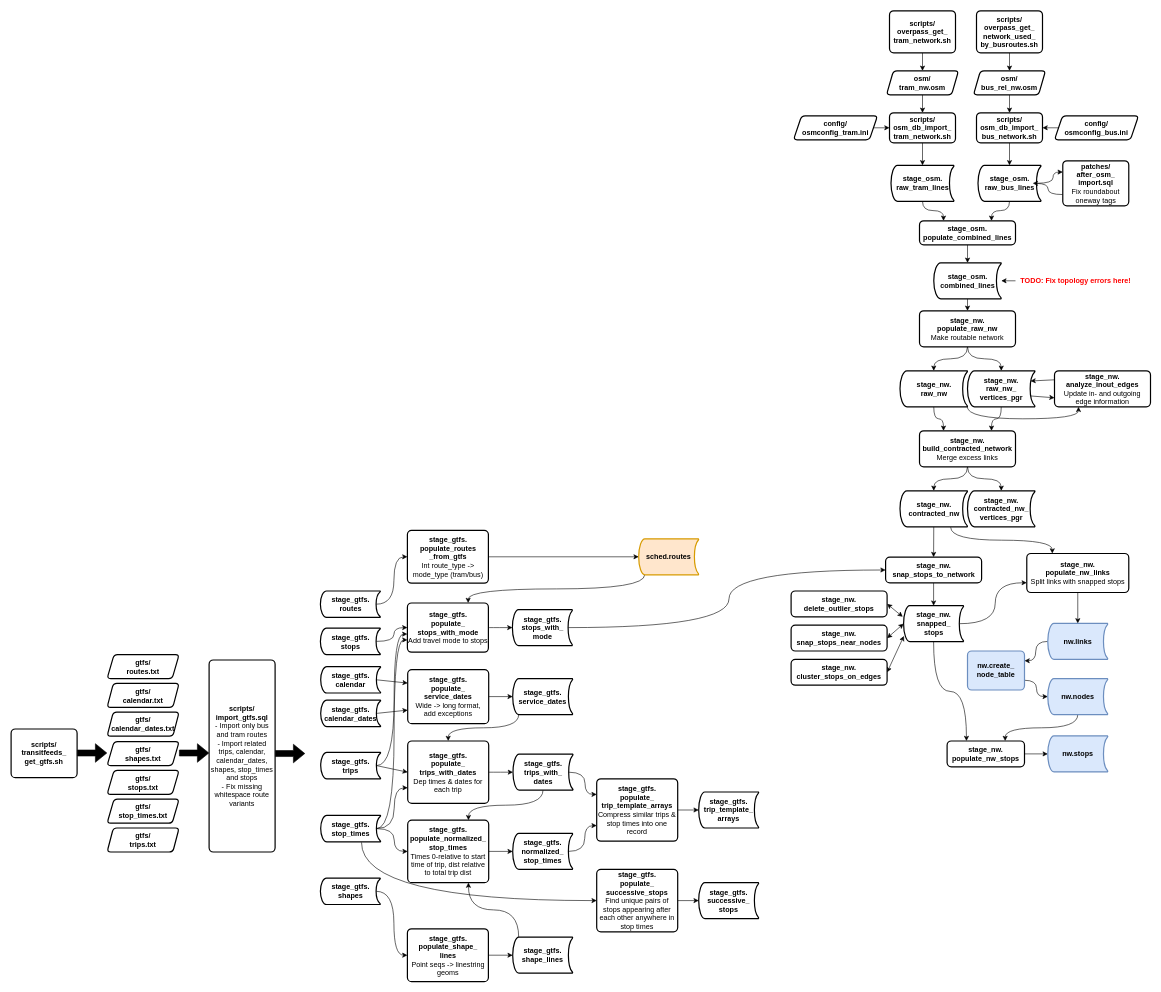
Earlier version of the draw.io diagram page "data flow" (5 of 5) of docs/sujuikoDB.drawio (datarttu/sujuikoDB). Source tidied: cells renumbered, new cells numbered last; positions are measured from the earlier drawing's top-left corner, leaving out a move shared by most shapes. Both pictures are drawn from the tidied source at 60%, with x=0, y=0 at pixel (11, 10).
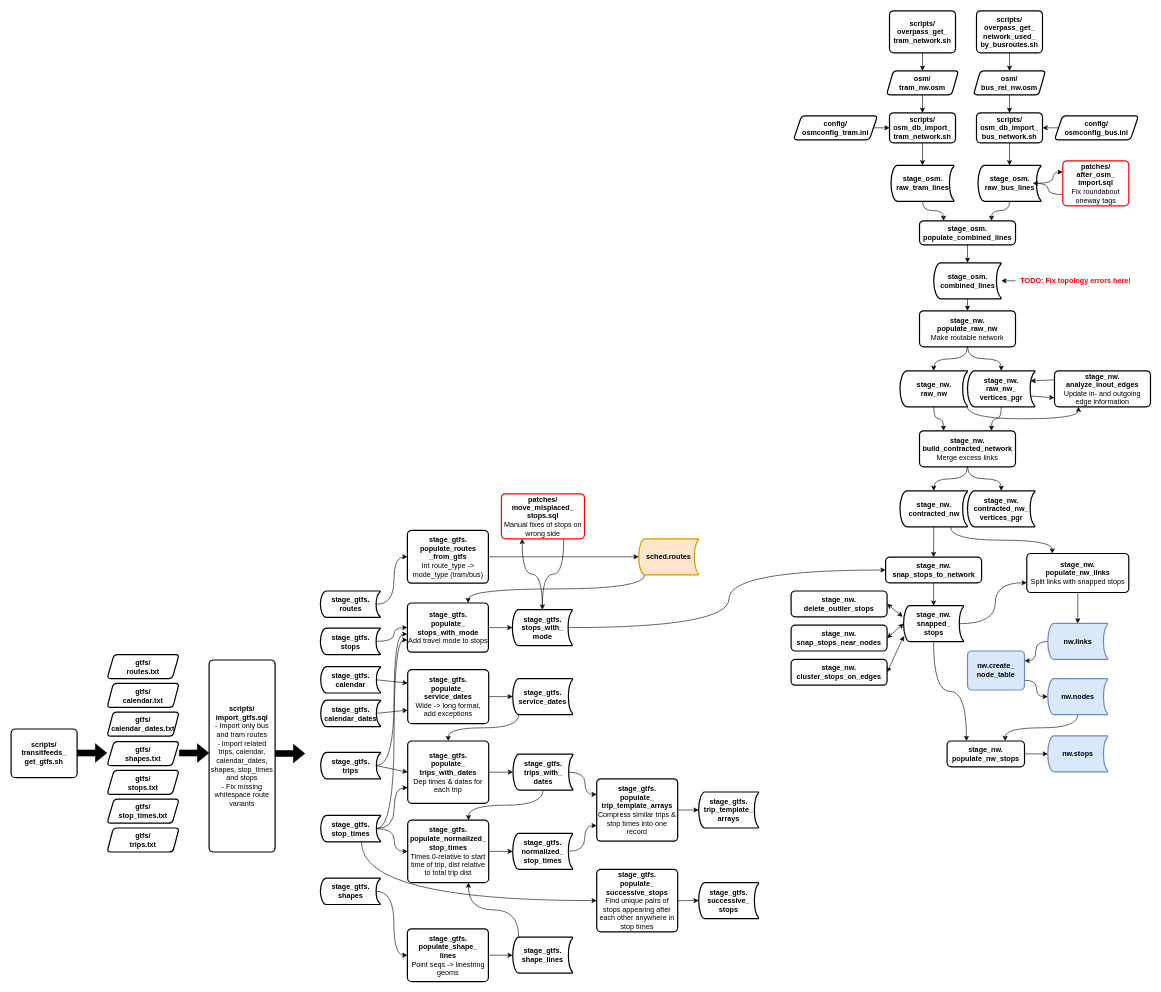
After the change.

Unchanged cells that the change refers to:
```xml
<mxCell id="48" value="stage_gtfs.&lt;br&gt;stops_with_&lt;br&gt;mode" style="strokeWidth=2;html=1;shape=mxgraph.flowchart.stored_data;whiteSpace=wrap;rounded=1;fontStyle=1;" parent="1" vertex="1">
  <mxGeometry x="835.5" y="998.5" width="100" height="60" as="geometry" />
</mxCell>
```

What changed in the source:
```diff
@@
+    <mxCell id="133" style="edgeStyle=orthogonalEdgeStyle;rounded=0;jettySize=auto;html=1;exitX=0.5;exitY=0;exitDx=0;exitDy=0;exitPerimeter=0;entryX=0.25;entryY=1;entryDx=0;entryDy=0;curved=1;" parent="1" edge="1" source="48" target="135">
+      <mxGeometry relative="1" as="geometry" />
+    </mxCell>
@@
-    <mxCell id="85" value="&lt;b&gt;patches/&lt;/b&gt;&lt;br&gt;&lt;b&gt;after_osm_&lt;br&gt;import.sql&lt;/b&gt;&lt;br&gt;Fix roundabout&lt;br&gt;oneway tags" style="rounded=1;whiteSpace=wrap;html=1;absoluteArcSize=1;arcSize=14;strokeWidth=2;" parent="1" vertex="1">
+    <mxCell id="85" value="&lt;b&gt;patches/&lt;/b&gt;&lt;br&gt;&lt;b&gt;after_osm_&lt;br&gt;import.sql&lt;/b&gt;&lt;br&gt;Fix roundabout&lt;br&gt;oneway tags" style="rounded=1;whiteSpace=wrap;html=1;absoluteArcSize=1;arcSize=14;strokeWidth=2;strokeColor=#FF0000;" parent="1" vertex="1">
       <mxGeometry x="1752.8" y="250.5" width="110" height="75" as="geometry" />
     </mxCell>
@@
+    <mxCell id="134" style="edgeStyle=orthogonalEdgeStyle;curved=1;rounded=0;jettySize=auto;html=1;exitX=0.75;exitY=1;exitDx=0;exitDy=0;" parent="1" edge="1" source="135" target="48">
+      <mxGeometry relative="1" as="geometry" />
+    </mxCell>
+    <mxCell id="135" value="&lt;b&gt;patches/&lt;/b&gt;&lt;br&gt;&lt;b&gt;move_misplaced_&lt;br&gt;stops.sql&lt;/b&gt;&lt;br&gt;Manual fixes of stops on wrong side" style="rounded=1;whiteSpace=wrap;html=1;absoluteArcSize=1;arcSize=14;strokeWidth=2;strokeColor=#FF0000;" parent="1" vertex="1">
+      <mxGeometry x="817.2" y="805.5" width="138.5" height="75" as="geometry" />
+    </mxCell>
```
